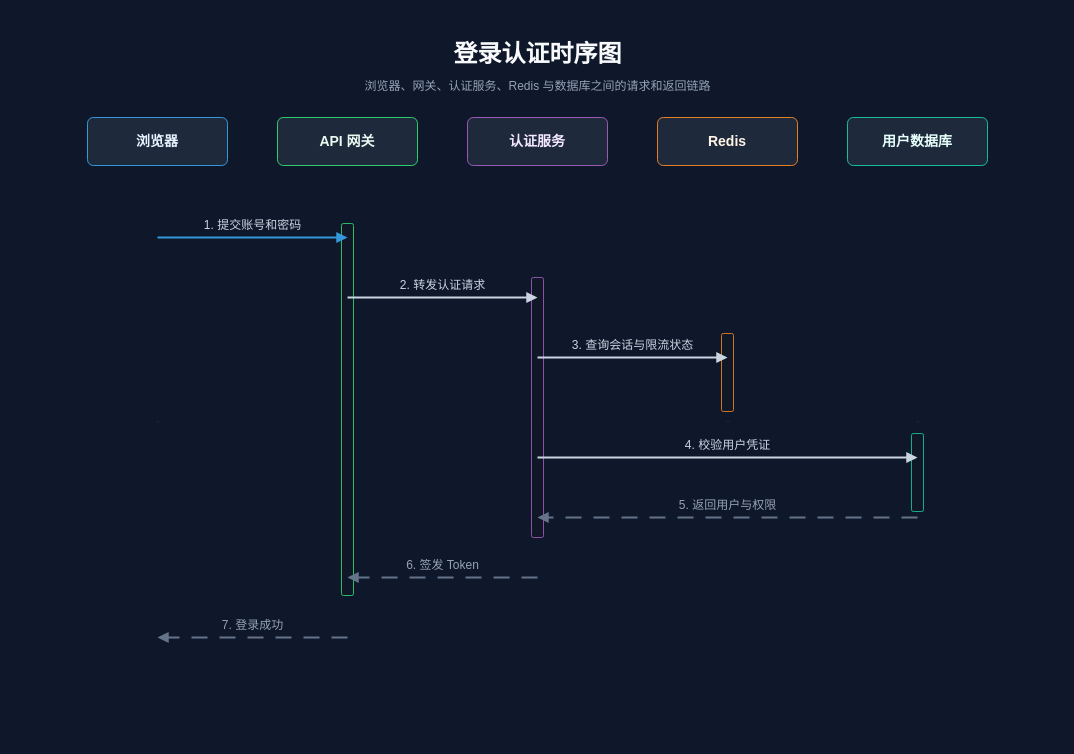
Before: .opencode/skills/xml-diagram/examples/时序图-dark-登录认证.drawio in BeWaterMyFriend7/SKILL-PROJECT, a draw.io diagram. Source tidied: cells renumbered, new cells numbered last; positions are measured from the earlier drawing's top-left corner, leaving out a move shared by most shapes. Both pictures are drawn from the tidied source at 100%, with x=0, y=0 at pixel (17, 17).
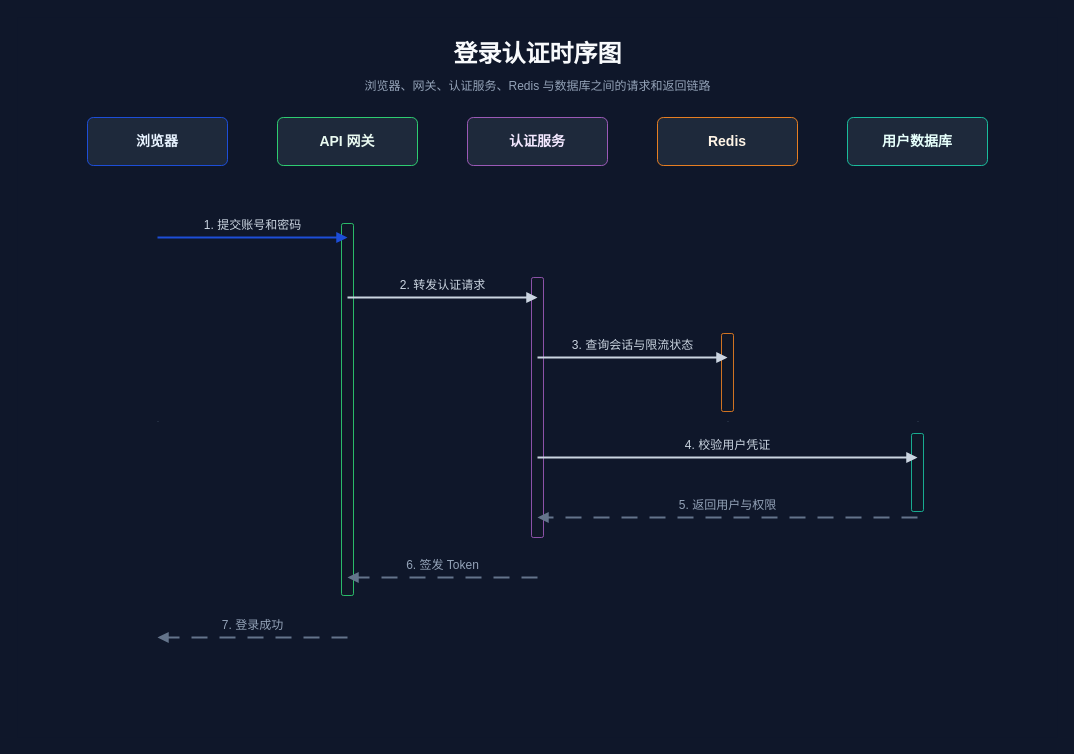
Above is the later version.

Diff of the diagram source:
```diff
@@
-    <mxCell id="5" value="浏览器" style="rounded=1;whiteSpace=wrap;html=1;arcSize=12;fillColor=#1e293b;strokeColor=#3498db;fontColor=#e8f3ff;fontSize=14;fontStyle=1;shadow=0;" parent="1" vertex="1">
+    <mxCell id="5" value="浏览器" style="rounded=1;whiteSpace=wrap;html=1;arcSize=12;fillColor=#1e293b;strokeColor=#1D4ED8;fontColor=#e8f3ff;fontSize=14;fontStyle=1;shadow=0;" parent="1" vertex="1">
       <mxGeometry x="70" y="100" width="140" height="48" as="geometry" />
     </mxCell>
@@
-    <mxCell id="19" style="endArrow=block;html=1;rounded=0;edgeStyle=orthogonalEdgeStyle;strokeColor=#3498db;strokeWidth=2;" parent="1" edge="1">
+    <mxCell id="19" style="endArrow=block;html=1;rounded=0;edgeStyle=orthogonalEdgeStyle;strokeColor=#1D4ED8;strokeWidth=2;" parent="1" edge="1">
       <mxGeometry relative="1" as="geometry">
         <mxPoint x="140" y="220" as="sourcePoint" />
         <mxPoint x="330" y="220" as="targetPoint" />
       </mxGeometry>
     </mxCell>
```
